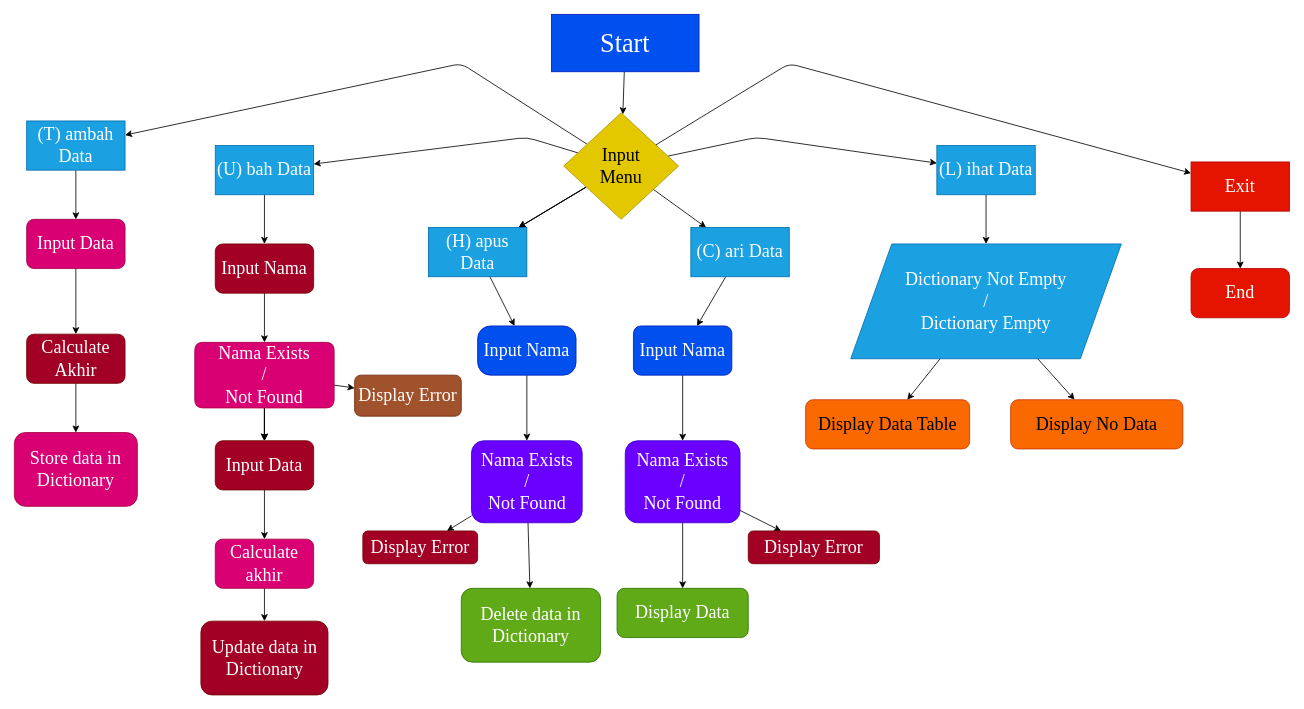
Pynixz/praktikum5 keeps this draw.io diagram as Flowchart.drawio. Above is the earlier version. Source tidied: cells renumbered, new cells numbered last; positions are measured from the earlier drawing's top-left corner, leaving out a move shared by most shapes. Both pictures are drawn from the tidied source at 82%, with x=0, y=0 at pixel (14, 14).
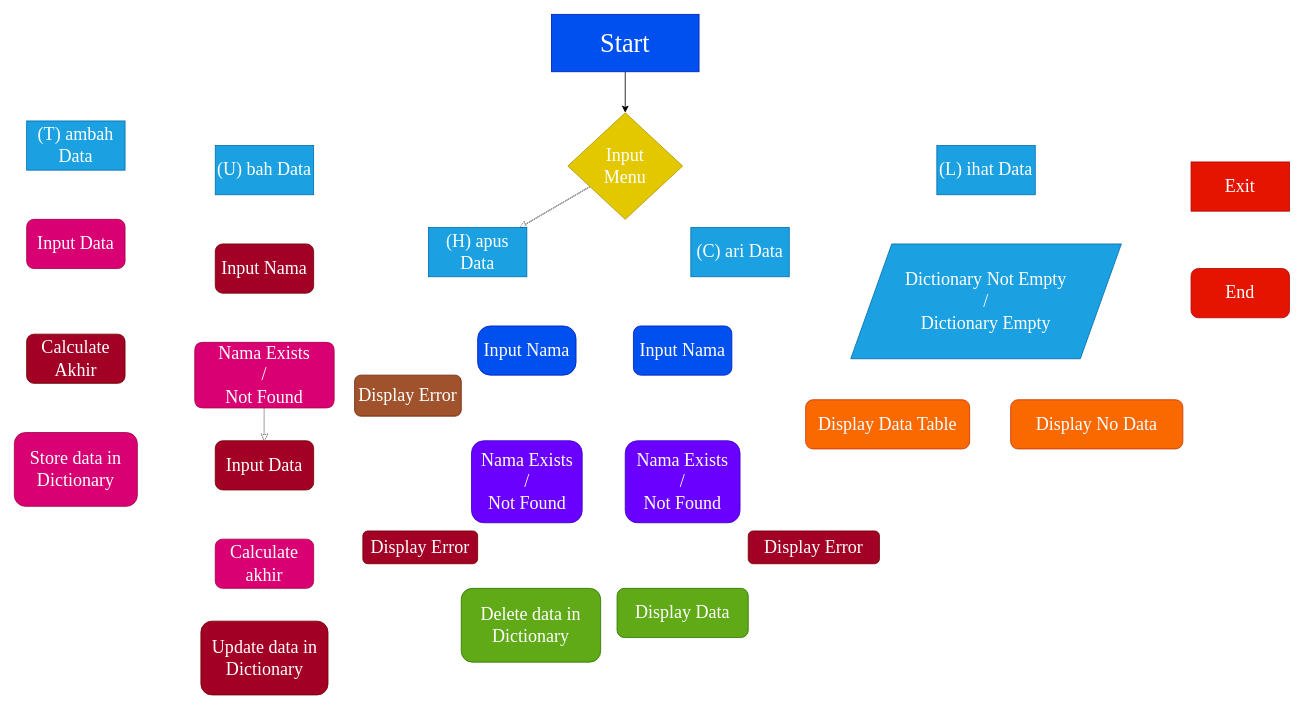
The same diagram, later.

The change refers to these unchanged cells:
```xml
<mxCell id="14" value="(T) ambah Data" style="whiteSpace=wrap;html=1;fontSize=22;fontFamily=Times New Roman;fillColor=#1ba1e2;fontColor=#ffffff;strokeColor=#006EAF;" parent="1" vertex="1">
  <mxGeometry x="15" y="130" width="120" height="60" as="geometry" />
</mxCell>
<mxCell id="16" value="Input Data" style="rounded=1;whiteSpace=wrap;html=1;fontSize=22;fontFamily=Times New Roman;fillColor=#d80073;fontColor=#ffffff;strokeColor=#A50040;" parent="1" vertex="1">
  <mxGeometry x="15" y="250" width="120" height="60" as="geometry" />
</mxCell>
<mxCell id="18" value="Calculate Akhir" style="rounded=1;whiteSpace=wrap;html=1;fontSize=22;fontFamily=Times New Roman;fillColor=#a20025;fontColor=#ffffff;strokeColor=#6F0000;" parent="1" vertex="1">
  <mxGeometry x="15" y="390" width="120" height="60" as="geometry" />
</mxCell>
<mxCell id="19" value="Store data in Dictionary" style="rounded=1;whiteSpace=wrap;html=1;fontSize=22;fontFamily=Times New Roman;fillColor=#d80073;fontColor=#ffffff;strokeColor=#A50040;" parent="1" vertex="1">
  <mxGeometry y="510" width="150" height="90" as="geometry" />
</mxCell>
<mxCell id="21" value="(U) bah Data" style="whiteSpace=wrap;html=1;fontSize=22;fontFamily=Times New Roman;fillColor=#1ba1e2;fontColor=#ffffff;strokeColor=#006EAF;" parent="1" vertex="1">
  <mxGeometry x="245" y="160" width="120" height="60" as="geometry" />
</mxCell>
<mxCell id="23" value="Input Nama" style="rounded=1;whiteSpace=wrap;html=1;fontSize=22;fontFamily=Times New Roman;fillColor=#a20025;fontColor=#ffffff;strokeColor=#6F0000;" parent="1" vertex="1">
  <mxGeometry x="245" y="280" width="120" height="60" as="geometry" />
</mxCell>
<mxCell id="29" value="Nama Exists&lt;br&gt;/&lt;br&gt;Not Found" style="shape=parallelogram;perimeter=parallelogramPerimeter;whiteSpace=wrap;html=1;fixedSize=1;fontSize=22;fontFamily=Times New Roman;rounded=1;size=-10;fillColor=#d80073;fontColor=#ffffff;strokeColor=#A50040;" parent="1" vertex="1">
  <mxGeometry x="220" y="400" width="170" height="80" as="geometry" />
</mxCell>
<mxCell id="31" value="Input Data" style="rounded=1;whiteSpace=wrap;html=1;fontSize=22;fontFamily=Times New Roman;fillColor=#a20025;fontColor=#ffffff;strokeColor=#6F0000;" parent="1" vertex="1">
  <mxGeometry x="245" y="520" width="120" height="60" as="geometry" />
</mxCell>
<mxCell id="32" value="Display Error" style="rounded=1;whiteSpace=wrap;html=1;fontSize=22;fontFamily=Times New Roman;fillColor=#a0522d;fontColor=#ffffff;strokeColor=#6D1F00;" parent="1" vertex="1">
  <mxGeometry x="415" y="440" width="130" height="50" as="geometry" />
</mxCell>
<mxCell id="34" value="Calculate akhir" style="rounded=1;whiteSpace=wrap;html=1;fontSize=22;fontFamily=Times New Roman;fillColor=#d80073;fontColor=#ffffff;strokeColor=#A50040;" parent="1" vertex="1">
  <mxGeometry x="245" y="640" width="120" height="60" as="geometry" />
</mxCell>
<mxCell id="35" value="Update data in Dictionary" style="rounded=1;whiteSpace=wrap;html=1;fontSize=22;fontFamily=Times New Roman;fillColor=#a20025;fontColor=#ffffff;strokeColor=#6F0000;" parent="1" vertex="1">
  <mxGeometry x="227.5" y="740" width="155" height="90" as="geometry" />
</mxCell>
<mxCell id="37" value="(H) apus Data" style="whiteSpace=wrap;html=1;fontSize=22;fontFamily=Times New Roman;fillColor=#1ba1e2;fontColor=#ffffff;strokeColor=#006EAF;" parent="1" vertex="1">
  <mxGeometry x="505" y="260" width="120" height="60" as="geometry" />
</mxCell>
<mxCell id="39" value="Input Nama" style="rounded=1;whiteSpace=wrap;html=1;fontSize=22;fontFamily=Times New Roman;fillColor=#0050ef;fontColor=#ffffff;strokeColor=#001DBC;arcSize=26;" parent="1" vertex="1">
  <mxGeometry x="565" y="380" width="120" height="60" as="geometry" />
</mxCell>
<mxCell id="42" value="Nama Exists&lt;br&gt;/&lt;br&gt;Not Found" style="rounded=1;whiteSpace=wrap;html=1;fontSize=22;fontFamily=Times New Roman;fillColor=#6a00ff;fontColor=#ffffff;strokeColor=#3700CC;" parent="1" vertex="1">
  <mxGeometry x="557.5" y="520" width="135" height="100" as="geometry" />
</mxCell>
<mxCell id="43" value="Display Error" style="rounded=1;whiteSpace=wrap;html=1;fontSize=22;fontFamily=Times New Roman;fillColor=#a20025;fontColor=#ffffff;strokeColor=#6F0000;" parent="1" vertex="1">
  <mxGeometry x="425" y="630" width="140" height="40" as="geometry" />
</mxCell>
<mxCell id="44" value="Delete data in Dictionary" style="rounded=1;whiteSpace=wrap;html=1;fontSize=22;fontFamily=Times New Roman;fillColor=#60a917;fontColor=#ffffff;strokeColor=#2D7600;" parent="1" vertex="1">
  <mxGeometry x="545" y="700" width="170" height="90" as="geometry" />
</mxCell>
<mxCell id="46" value="(L) ihat Data" style="whiteSpace=wrap;html=1;fontSize=22;fontFamily=Times New Roman;fillColor=#1ba1e2;fontColor=#ffffff;strokeColor=#006EAF;" parent="1" vertex="1">
  <mxGeometry x="1125" y="160" width="120" height="60" as="geometry" />
</mxCell>
<mxCell id="48" value="(C) ari Data" style="whiteSpace=wrap;html=1;fontSize=22;fontFamily=Times New Roman;fillColor=#1ba1e2;fontColor=#ffffff;strokeColor=#006EAF;" parent="1" vertex="1">
  <mxGeometry x="825" y="260" width="120" height="60" as="geometry" />
</mxCell>
<mxCell id="50" value="Input Nama" style="rounded=1;whiteSpace=wrap;html=1;fontSize=22;fontFamily=Times New Roman;fillColor=#0050ef;fontColor=#ffffff;strokeColor=#001DBC;" parent="1" vertex="1">
  <mxGeometry x="755" y="380" width="120" height="60" as="geometry" />
</mxCell>
<mxCell id="53" value="Nama Exists&lt;br&gt;/&lt;br&gt;Not Found" style="whiteSpace=wrap;html=1;fontSize=22;fontFamily=Times New Roman;rounded=1;fillColor=#6a00ff;fontColor=#ffffff;strokeColor=#3700CC;" parent="1" vertex="1">
  <mxGeometry x="745" y="520" width="140" height="100" as="geometry" />
</mxCell>
<mxCell id="54" value="Display Error" style="rounded=1;whiteSpace=wrap;html=1;fontSize=22;fontFamily=Times New Roman;fillColor=#a20025;fontColor=#ffffff;strokeColor=#6F0000;" parent="1" vertex="1">
  <mxGeometry x="895" y="630" width="160" height="40" as="geometry" />
</mxCell>
<mxCell id="55" value="Display Data" style="rounded=1;whiteSpace=wrap;html=1;fontSize=22;fontFamily=Times New Roman;fillColor=#60a917;fontColor=#ffffff;strokeColor=#2D7600;" parent="1" vertex="1">
  <mxGeometry x="735" y="700" width="160" height="60" as="geometry" />
</mxCell>
<mxCell id="58" value="Dictionary Not Empty&lt;br&gt;/&lt;br&gt;Dictionary Empty" style="shape=parallelogram;perimeter=parallelogramPerimeter;whiteSpace=wrap;html=1;fixedSize=1;fontSize=22;fontFamily=Times New Roman;size=50;fillColor=#1ba1e2;fontColor=#ffffff;strokeColor=#006EAF;" parent="1" vertex="1">
  <mxGeometry x="1020" y="280" width="330" height="140" as="geometry" />
</mxCell>
<mxCell id="62" value="Exit" style="whiteSpace=wrap;html=1;fontSize=22;fontFamily=Times New Roman;fillColor=#e51400;fontColor=#ffffff;strokeColor=#B20000;" parent="1" vertex="1">
  <mxGeometry x="1435" y="180" width="120" height="60" as="geometry" />
</mxCell>
<mxCell id="63" value="End" style="rounded=1;whiteSpace=wrap;html=1;fontSize=22;fontFamily=Times New Roman;fillColor=#e51400;fontColor=#ffffff;strokeColor=#B20000;" parent="1" vertex="1">
  <mxGeometry x="1435" y="310" width="120" height="60" as="geometry" />
</mxCell>
```

Change to the diagram source:
```diff
@@
-    <mxCell id="4" style="edgeStyle=none;html=1;fontFamily=Times New Roman;fontSize=22;" parent="1" edge="1" source="12" target="14">
+    <mxCell id="4" style="edgeStyle=none;html=1;fontFamily=Times New Roman;fontSize=22;fillColor=#f5f5f5;strokeColor=#FFFFFF;" parent="1" edge="1" source="12" target="14">
       <mxGeometry relative="1" as="geometry">
         <Array as="points">
           <mxPoint x="545" y="60" />
         </Array>
       </mxGeometry>
     </mxCell>
-    <mxCell id="5" style="edgeStyle=none;html=1;fontFamily=Times New Roman;fontSize=22;" parent="1" edge="1" source="12" target="21">
+    <mxCell id="5" style="edgeStyle=none;html=1;fontFamily=Times New Roman;fontSize=22;fillColor=#f5f5f5;strokeColor=#FFFFFF;" parent="1" edge="1" source="12" target="21">
       <mxGeometry relative="1" as="geometry">
         <Array as="points">
           <mxPoint x="625" y="150" />
         </Array>
       </mxGeometry>
     </mxCell>
@@
-    <mxCell id="7" style="edgeStyle=none;html=1;fontFamily=Times New Roman;fontSize=22;" parent="1" edge="1" source="12" target="46">
+    <mxCell id="7" style="edgeStyle=none;html=1;fontFamily=Times New Roman;fontSize=22;strokeColor=#FFFFFF;fillColor=#f5f5f5;" parent="1" edge="1" source="12" target="46">
       <mxGeometry relative="1" as="geometry">
         <Array as="points">
           <mxPoint x="905" y="150" />
         </Array>
       </mxGeometry>
     </mxCell>
@@
-    <mxCell id="9" style="edgeStyle=none;html=1;fontFamily=Times New Roman;fontSize=22;" parent="1" edge="1" source="12" target="37">
+    <mxCell id="9" style="edgeStyle=none;html=1;fontFamily=Times New Roman;fontSize=22;fillColor=#f5f5f5;strokeColor=#FFFFFF;" parent="1" edge="1" source="12" target="37">
       <mxGeometry relative="1" as="geometry" />
     </mxCell>
-    <mxCell id="10" style="edgeStyle=none;html=1;fontFamily=Times New Roman;fontSize=22;" parent="1" edge="1" source="12" target="48">
+    <mxCell id="10" style="edgeStyle=none;html=1;fontFamily=Times New Roman;fontSize=22;fillColor=#f5f5f5;strokeColor=#FFFFFF;" parent="1" edge="1" source="12" target="48">
       <mxGeometry relative="1" as="geometry" />
     </mxCell>
-    <mxCell id="11" style="edgeStyle=none;html=1;fontFamily=Times New Roman;fontSize=22;" parent="1" edge="1" source="12" target="62">
+    <mxCell id="11" style="edgeStyle=none;html=1;fontFamily=Times New Roman;fontSize=22;strokeColor=#FFFFFF;fillColor=#f5f5f5;" parent="1" edge="1" source="12" target="62">
       <mxGeometry relative="1" as="geometry">
         <Array as="points">
           <mxPoint x="945" y="60" />
         </Array>
       </mxGeometry>
     </mxCell>
-    <mxCell id="12" value="Input&lt;br&gt;Menu" style="rhombus;whiteSpace=wrap;html=1;fontFamily=Times New Roman;fontSize=22;fillColor=#e3c800;fontColor=#000000;strokeColor=#B09500;" parent="1" vertex="1">
-      <mxGeometry x="670" y="120" width="140" height="130" as="geometry" />
+    <mxCell id="12" value="&lt;font color=&quot;#ffffff&quot;&gt;Input&lt;br&gt;Menu&lt;/font&gt;" style="rhombus;whiteSpace=wrap;html=1;fontFamily=Times New Roman;fontSize=22;fillColor=#e3c800;fontColor=#000000;strokeColor=#B09500;" parent="1" vertex="1">
+      <mxGeometry x="675" y="120" width="140" height="130" as="geometry" />
     </mxCell>
-    <mxCell id="13" style="edgeStyle=none;html=1;fontFamily=Times New Roman;fontSize=22;" parent="1" edge="1" source="14" target="16">
+    <mxCell id="13" style="edgeStyle=none;html=1;fontFamily=Times New Roman;fontSize=22;strokeColor=#FFFFFF;fillColor=#f5f5f5;" parent="1" edge="1" source="14" target="16">
       <mxGeometry relative="1" as="geometry" />
     </mxCell>
@@
-    <mxCell id="15" style="edgeStyle=none;html=1;fontFamily=Times New Roman;fontSize=22;" parent="1" edge="1" source="16" target="18">
+    <mxCell id="15" style="edgeStyle=none;html=1;fontFamily=Times New Roman;fontSize=22;strokeColor=#FFFFFF;fillColor=#f5f5f5;" parent="1" edge="1" source="16" target="18">
       <mxGeometry relative="1" as="geometry" />
     </mxCell>
@@
-    <mxCell id="17" style="edgeStyle=none;html=1;fontFamily=Times New Roman;fontSize=22;" parent="1" edge="1" source="18" target="19">
+    <mxCell id="17" style="edgeStyle=none;html=1;fontFamily=Times New Roman;fontSize=22;strokeColor=#FFFFFF;fillColor=#f5f5f5;" parent="1" edge="1" source="18" target="19">
       <mxGeometry relative="1" as="geometry" />
     </mxCell>
@@
-    <mxCell id="20" style="edgeStyle=none;html=1;fontFamily=Times New Roman;fontSize=22;" parent="1" edge="1" source="21" target="23">
+    <mxCell id="20" style="edgeStyle=none;html=1;fontFamily=Times New Roman;fontSize=22;strokeColor=#FFFFFF;" parent="1" edge="1" source="21" target="23">
       <mxGeometry relative="1" as="geometry" />
     </mxCell>
@@
-    <mxCell id="22" style="edgeStyle=none;html=1;fontFamily=Times New Roman;fontSize=22;" parent="1" edge="1" source="23" target="29">
+    <mxCell id="22" style="edgeStyle=none;html=1;fontFamily=Times New Roman;fontSize=22;strokeColor=#FFFFFF;" parent="1" edge="1" source="23" target="29">
       <mxGeometry relative="1" as="geometry" />
     </mxCell>
@@
-    <mxCell id="27" style="edgeStyle=none;html=1;fontFamily=Times New Roman;fontSize=22;" parent="1" edge="1" source="29" target="31">
+    <mxCell id="27" style="edgeStyle=none;html=1;fontFamily=Times New Roman;fontSize=22;strokeColor=#FFFFFF;" parent="1" edge="1" source="29" target="31">
       <mxGeometry relative="1" as="geometry" />
     </mxCell>
-    <mxCell id="28" style="edgeStyle=none;html=1;fontFamily=Times New Roman;fontSize=22;" parent="1" edge="1" source="29" target="32">
+    <mxCell id="28" style="edgeStyle=none;html=1;fontFamily=Times New Roman;fontSize=22;fillColor=#f5f5f5;strokeColor=#FFFFFF;" parent="1" edge="1" source="29" target="32">
       <mxGeometry relative="1" as="geometry" />
     </mxCell>
@@
-    <mxCell id="30" style="edgeStyle=none;html=1;fontFamily=Times New Roman;fontSize=22;" parent="1" edge="1" source="31" target="34">
+    <mxCell id="30" style="edgeStyle=none;html=1;fontFamily=Times New Roman;fontSize=22;strokeColor=#FFFFFF;fillColor=#f5f5f5;" parent="1" edge="1" source="31" target="34">
       <mxGeometry relative="1" as="geometry" />
     </mxCell>
@@
-    <mxCell id="33" style="edgeStyle=none;html=1;fontFamily=Times New Roman;fontSize=22;" parent="1" edge="1" source="34" target="35">
+    <mxCell id="33" style="edgeStyle=none;html=1;fontFamily=Times New Roman;fontSize=22;strokeColor=#FFFFFF;fillColor=#f5f5f5;" parent="1" edge="1" source="34" target="35">
       <mxGeometry relative="1" as="geometry" />
     </mxCell>
@@
-    <mxCell id="36" style="edgeStyle=none;html=1;fontFamily=Times New Roman;fontSize=22;" parent="1" edge="1" source="37" target="39">
+    <mxCell id="36" style="edgeStyle=none;html=1;fontFamily=Times New Roman;fontSize=22;fillColor=#f5f5f5;strokeColor=#FFFFFF;" parent="1" edge="1" source="37" target="39">
       <mxGeometry relative="1" as="geometry" />
     </mxCell>
@@
-    <mxCell id="38" style="edgeStyle=none;html=1;fontFamily=Times New Roman;fontSize=22;" parent="1" edge="1" source="39" target="42">
+    <mxCell id="38" style="edgeStyle=none;html=1;fontFamily=Times New Roman;fontSize=22;strokeColor=#FFFFFF;fillColor=#f5f5f5;" parent="1" edge="1" source="39" target="42">
       <mxGeometry relative="1" as="geometry" />
     </mxCell>
@@
-    <mxCell id="40" style="edgeStyle=none;html=1;fontFamily=Times New Roman;fontSize=22;" parent="1" edge="1" source="42" target="43">
+    <mxCell id="40" style="edgeStyle=none;html=1;fontFamily=Times New Roman;fontSize=22;fillColor=#f5f5f5;strokeColor=#FFFFFF;" parent="1" edge="1" source="42" target="43">
       <mxGeometry relative="1" as="geometry" />
     </mxCell>
-    <mxCell id="41" style="edgeStyle=none;html=1;fontFamily=Times New Roman;fontSize=22;" parent="1" edge="1" source="42" target="44">
+    <mxCell id="41" style="edgeStyle=none;html=1;fontFamily=Times New Roman;fontSize=22;strokeColor=#FFFFFF;" parent="1" edge="1" source="42" target="44">
       <mxGeometry relative="1" as="geometry" />
     </mxCell>
@@
-    <mxCell id="45" style="edgeStyle=none;html=1;fontFamily=Times New Roman;fontSize=22;" parent="1" edge="1" source="46" target="58">
+    <mxCell id="45" style="edgeStyle=none;html=1;fontFamily=Times New Roman;fontSize=22;fillColor=#f5f5f5;strokeColor=#FFFFFF;" parent="1" edge="1" source="46" target="58">
       <mxGeometry relative="1" as="geometry" />
     </mxCell>
@@
-    <mxCell id="47" style="edgeStyle=none;html=1;fontFamily=Times New Roman;fontSize=22;" parent="1" edge="1" source="48" target="50">
+    <mxCell id="47" style="edgeStyle=none;html=1;fontFamily=Times New Roman;fontSize=22;fillColor=#f5f5f5;strokeColor=#FFFFFF;" parent="1" edge="1" source="48" target="50">
       <mxGeometry relative="1" as="geometry" />
     </mxCell>
@@
-    <mxCell id="49" style="edgeStyle=none;html=1;fontFamily=Times New Roman;fontSize=22;" parent="1" edge="1" source="50" target="53">
+    <mxCell id="49" style="edgeStyle=none;html=1;fontFamily=Times New Roman;fontSize=22;fillColor=#f5f5f5;strokeColor=#FFFFFF;" parent="1" edge="1" source="50" target="53">
       <mxGeometry relative="1" as="geometry" />
     </mxCell>
@@
-    <mxCell id="51" style="edgeStyle=none;html=1;fontFamily=Times New Roman;fontSize=22;" parent="1" edge="1" source="53" target="54">
+    <mxCell id="51" style="edgeStyle=none;html=1;fontFamily=Times New Roman;fontSize=22;fillColor=#f5f5f5;strokeColor=#FFFFFF;" parent="1" edge="1" source="53" target="54">
       <mxGeometry relative="1" as="geometry" />
     </mxCell>
-    <mxCell id="52" style="edgeStyle=none;html=1;fontFamily=Times New Roman;fontSize=22;" parent="1" edge="1" source="53" target="55">
+    <mxCell id="52" style="edgeStyle=none;html=1;fontFamily=Times New Roman;fontSize=22;fillColor=#f5f5f5;strokeColor=#FFFFFF;" parent="1" edge="1" source="53" target="55">
       <mxGeometry relative="1" as="geometry" />
     </mxCell>
@@
-    <mxCell id="56" style="edgeStyle=none;html=1;fontFamily=Times New Roman;fontSize=22;" parent="1" edge="1" source="58" target="59">
+    <mxCell id="56" style="edgeStyle=none;html=1;fontFamily=Times New Roman;fontSize=22;strokeColor=#FFFFFF;" parent="1" edge="1" source="58" target="59">
       <mxGeometry relative="1" as="geometry" />
     </mxCell>
-    <mxCell id="57" style="edgeStyle=none;html=1;fontFamily=Times New Roman;fontSize=22;" parent="1" edge="1" source="58" target="60">
+    <mxCell id="57" style="edgeStyle=none;html=1;fontFamily=Times New Roman;fontSize=22;strokeColor=#FFFFFF;" parent="1" edge="1" source="58" target="60">
       <mxGeometry relative="1" as="geometry" />
     </mxCell>
@@
-    <mxCell id="59" value="Display Data Table" style="rounded=1;whiteSpace=wrap;html=1;fontSize=22;fontFamily=Times New Roman;fillColor=#fa6800;fontColor=#000000;strokeColor=#C73500;" parent="1" vertex="1">
+    <mxCell id="59" value="&lt;font color=&quot;#ffffff&quot;&gt;Display Data Table&lt;/font&gt;" style="rounded=1;whiteSpace=wrap;html=1;fontSize=22;fontFamily=Times New Roman;fillColor=#fa6800;fontColor=#000000;strokeColor=#C73500;" parent="1" vertex="1">
       <mxGeometry x="965" y="470" width="200" height="60" as="geometry" />
     </mxCell>
-    <mxCell id="60" value="Display No Data" style="rounded=1;whiteSpace=wrap;html=1;fontSize=22;fontFamily=Times New Roman;fillColor=#fa6800;fontColor=#000000;strokeColor=#C73500;" parent="1" vertex="1">
+    <mxCell id="60" value="&lt;font color=&quot;#ffffff&quot;&gt;Display No Data&lt;/font&gt;" style="rounded=1;whiteSpace=wrap;html=1;fontSize=22;fontFamily=Times New Roman;fillColor=#fa6800;fontColor=#000000;strokeColor=#C73500;" parent="1" vertex="1">
       <mxGeometry x="1215" y="470" width="210" height="60" as="geometry" />
     </mxCell>
-    <mxCell id="61" style="edgeStyle=none;html=1;fontFamily=Times New Roman;fontSize=22;" parent="1" edge="1" source="62" target="63">
+    <mxCell id="61" style="edgeStyle=none;html=1;fontFamily=Times New Roman;fontSize=22;strokeColor=#FFFFFF;" parent="1" edge="1" source="62" target="63">
       <mxGeometry relative="1" as="geometry" />
     </mxCell>
```
